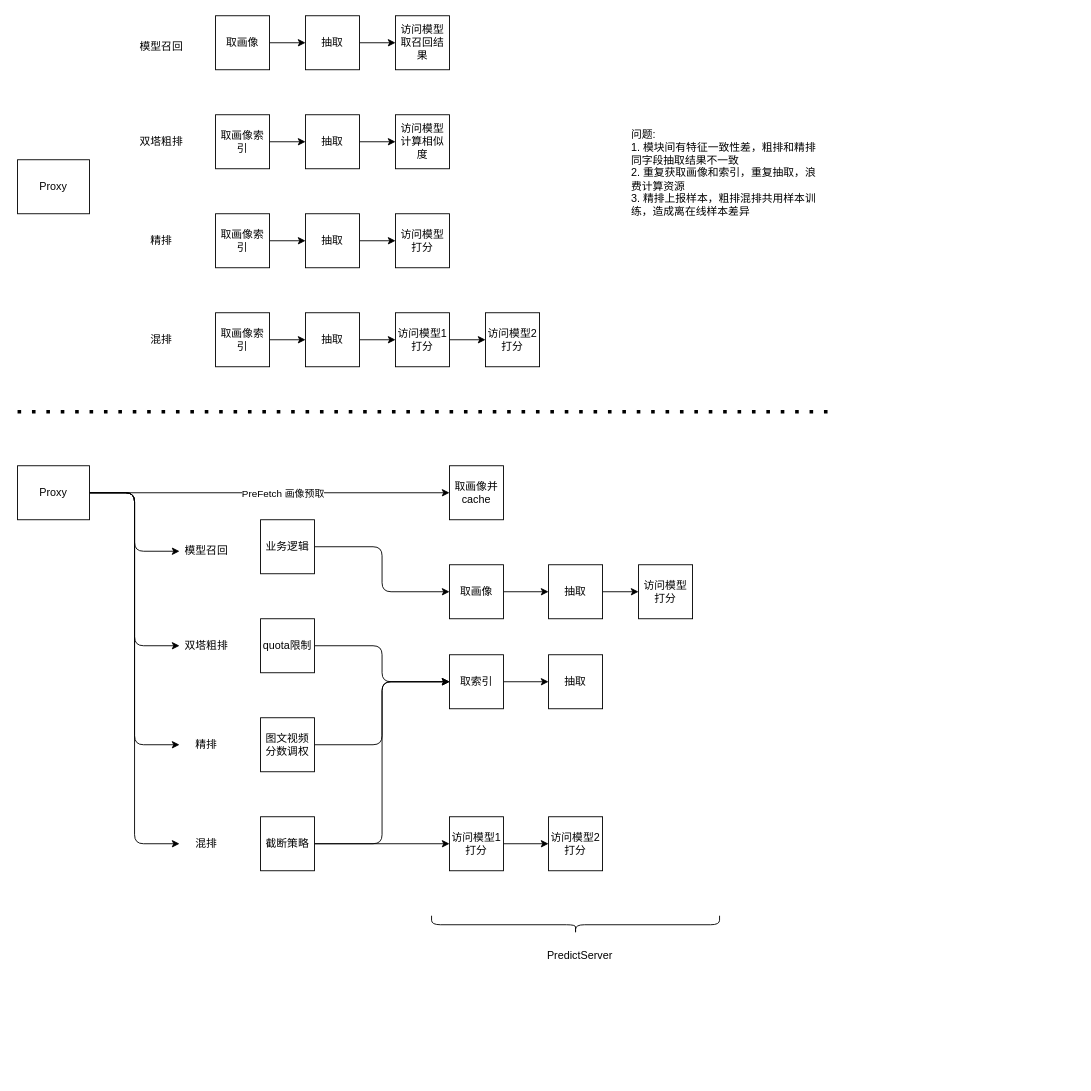
Earlier version of the draw.io diagram RecommandSystem/passed_work_share/predict_server.drawio (YoungAndSure/TechArt). Source tidied: cells renumbered, new cells numbered last; positions are measured from the earlier drawing's top-left corner, leaving out a move shared by most shapes. Both pictures are drawn from the tidied source at 90%, with x=0, y=0 at pixel (17, 15).
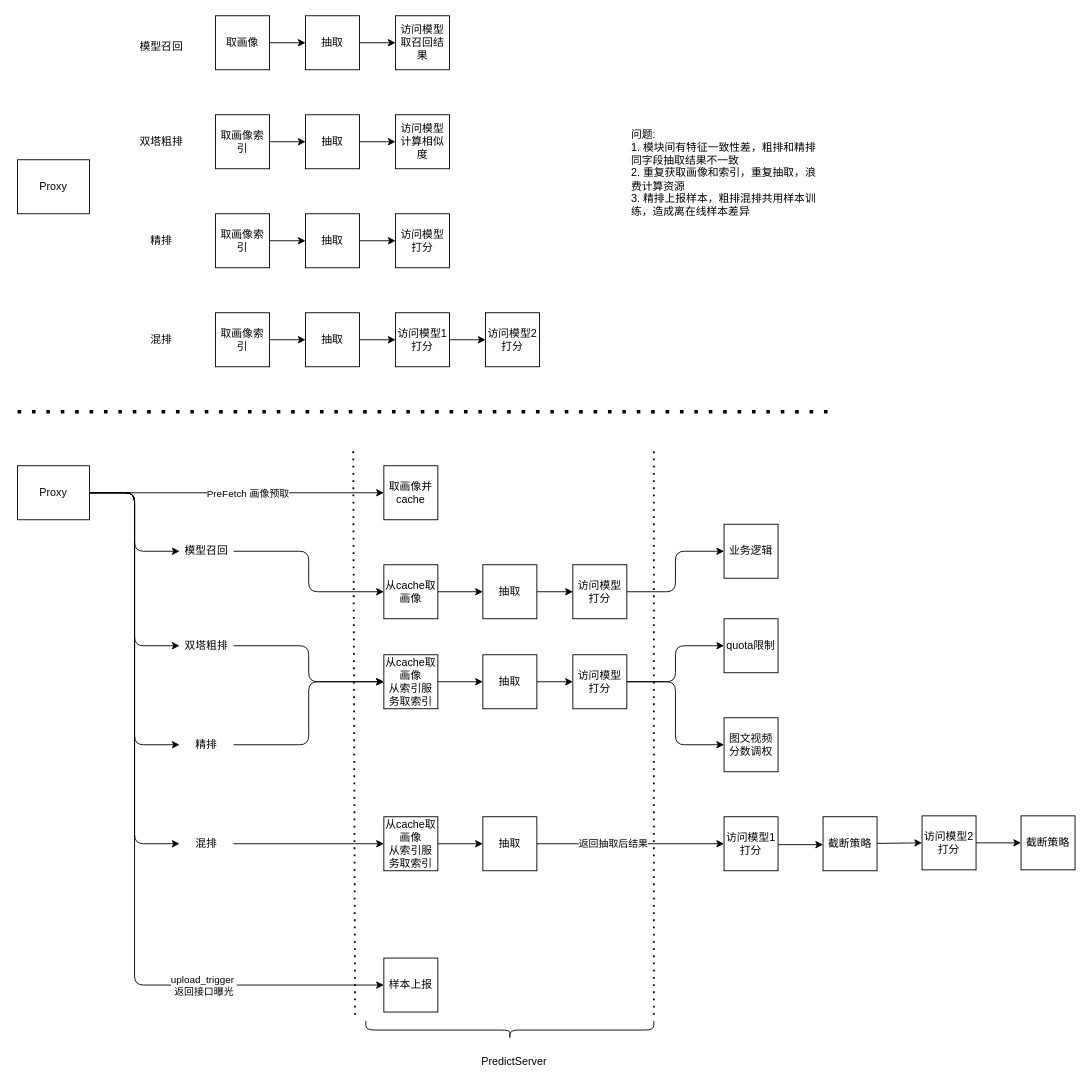
After the change.

Unchanged cells that the change refers to:
```xml
<mxCell id="37" value="Proxy" style="rounded=0;whiteSpace=wrap;html=1;" parent="1" vertex="1">
  <mxGeometry y="500" width="80" height="60" as="geometry" />
</mxCell>
<mxCell id="47" value="模型召回" style="text;html=1;align=center;verticalAlign=middle;whiteSpace=wrap;rounded=0;" parent="1" vertex="1">
  <mxGeometry x="180" y="580" width="60" height="30" as="geometry" />
</mxCell>
<mxCell id="48" value="双塔粗排" style="text;html=1;align=center;verticalAlign=middle;whiteSpace=wrap;rounded=0;" parent="1" vertex="1">
  <mxGeometry x="180" y="685" width="60" height="30" as="geometry" />
</mxCell>
<mxCell id="49" value="精排" style="text;html=1;align=center;verticalAlign=middle;whiteSpace=wrap;rounded=0;" parent="1" vertex="1">
  <mxGeometry x="180" y="795" width="60" height="30" as="geometry" />
</mxCell>
<mxCell id="50" value="混排" style="text;html=1;align=center;verticalAlign=middle;whiteSpace=wrap;rounded=0;" parent="1" vertex="1">
  <mxGeometry x="180" y="905" width="60" height="30" as="geometry" />
</mxCell>
```

What changed in the source:
```diff
@@
-    <mxCell id="38" style="edgeStyle=orthogonalEdgeStyle;html=1;entryX=0;entryY=0.5;entryDx=0;entryDy=0;" parent="1" edge="1" source="39" target="56">
+    <mxCell id="38" style="edgeStyle=orthogonalEdgeStyle;html=1;entryX=0;entryY=0.5;entryDx=0;entryDy=0;exitX=1;exitY=0.5;exitDx=0;exitDy=0;" parent="1" edge="1" source="47" target="56">
       <mxGeometry relative="1" as="geometry" />
     </mxCell>
     <mxCell id="39" value="业务逻辑" style="rounded=0;whiteSpace=wrap;html=1;" parent="1" vertex="1">
-      <mxGeometry x="270" y="560" width="60" height="60" as="geometry" />
+      <mxGeometry x="785" y="565" width="60" height="60" as="geometry" />
     </mxCell>
-    <mxCell id="40" style="edgeStyle=orthogonalEdgeStyle;html=1;entryX=0;entryY=0.5;entryDx=0;entryDy=0;exitX=1;exitY=0.5;exitDx=0;exitDy=0;" parent="1" edge="1" source="41" target="61">
+    <mxCell id="40" style="edgeStyle=orthogonalEdgeStyle;html=1;entryX=0;entryY=0.5;entryDx=0;entryDy=0;exitX=1;exitY=0.5;exitDx=0;exitDy=0;" parent="1" edge="1" source="48" target="61">
       <mxGeometry relative="1" as="geometry" />
     </mxCell>
     <mxCell id="41" value="quota限制" style="rounded=0;whiteSpace=wrap;html=1;" parent="1" vertex="1">
-      <mxGeometry x="270" y="670" width="60" height="60" as="geometry" />
+      <mxGeometry x="785" y="670" width="60" height="60" as="geometry" />
     </mxCell>
-    <mxCell id="42" style="edgeStyle=orthogonalEdgeStyle;html=1;entryX=0;entryY=0.5;entryDx=0;entryDy=0;exitX=1;exitY=0.5;exitDx=0;exitDy=0;" parent="1" edge="1" source="43" target="61">
+    <mxCell id="42" style="edgeStyle=orthogonalEdgeStyle;html=1;entryX=0;entryY=0.5;entryDx=0;entryDy=0;exitX=1;exitY=0.5;exitDx=0;exitDy=0;" parent="1" edge="1" source="49" target="61">
       <mxGeometry relative="1" as="geometry" />
     </mxCell>
     <mxCell id="43" value="图文视频分数调权" style="rounded=0;whiteSpace=wrap;html=1;" parent="1" vertex="1">
-      <mxGeometry x="270" y="780" width="60" height="60" as="geometry" />
+      <mxGeometry x="785" y="780" width="60" height="60" as="geometry" />
     </mxCell>
-    <mxCell id="44" style="edgeStyle=orthogonalEdgeStyle;html=1;entryX=0;entryY=0.5;entryDx=0;entryDy=0;" parent="1" edge="1" source="46" target="61">
+    <mxCell id="44" style="edgeStyle=orthogonalEdgeStyle;html=1;entryX=0;entryY=0.5;entryDx=0;entryDy=0;exitX=1;exitY=0.5;exitDx=0;exitDy=0;" parent="1" edge="1" source="50" target="80">
       <mxGeometry relative="1" as="geometry" />
     </mxCell>
-    <mxCell id="45" style="edgeStyle=none;html=1;" parent="1" edge="1" source="46" target="59">
-      <mxGeometry relative="1" as="geometry" />
-    </mxCell>
+    <mxCell id="65" style="edgeStyle=none;html=1;entryX=0;entryY=0.5;entryDx=0;entryDy=0;" parent="1" edge="1" source="46" target="62">
+      <mxGeometry relative="1" as="geometry" />
+    </mxCell>
     <mxCell id="46" value="截断策略" style="rounded=0;whiteSpace=wrap;html=1;" parent="1" vertex="1">
-      <mxGeometry x="270" y="890" width="60" height="60" as="geometry" />
+      <mxGeometry x="895" y="890" width="60" height="60" as="geometry" />
     </mxCell>
@@
     <mxCell id="51" value="取画像并cache" style="rounded=0;whiteSpace=wrap;html=1;" parent="1" vertex="1">
-      <mxGeometry x="480" y="500" width="60" height="60" as="geometry" />
+      <mxGeometry x="407" y="500" width="60" height="60" as="geometry" />
     </mxCell>
@@
     <mxCell id="53" value="抽取" style="rounded=0;whiteSpace=wrap;html=1;" parent="1" vertex="1">
-      <mxGeometry x="590" y="610" width="60" height="60" as="geometry" />
+      <mxGeometry x="517" y="610" width="60" height="60" as="geometry" />
     </mxCell>
+    <mxCell id="66" style="edgeStyle=orthogonalEdgeStyle;html=1;entryX=0;entryY=0.5;entryDx=0;entryDy=0;" parent="1" edge="1" source="54" target="39">
+      <mxGeometry relative="1" as="geometry" />
+    </mxCell>
     <mxCell id="54" value="访问模型打分" style="rounded=0;whiteSpace=wrap;html=1;" parent="1" vertex="1">
-      <mxGeometry x="690" y="610" width="60" height="60" as="geometry" />
+      <mxGeometry x="617" y="610" width="60" height="60" as="geometry" />
     </mxCell>
@@
-    <mxCell id="56" value="取画像" style="rounded=0;whiteSpace=wrap;html=1;" parent="1" vertex="1">
-      <mxGeometry x="480" y="610" width="60" height="60" as="geometry" />
+    <mxCell id="56" value="从cache取画像" style="rounded=0;whiteSpace=wrap;html=1;" parent="1" vertex="1">
+      <mxGeometry x="407" y="610" width="60" height="60" as="geometry" />
     </mxCell>
+    <mxCell id="67" style="edgeStyle=none;html=1;entryX=0;entryY=0.5;entryDx=0;entryDy=0;" parent="1" edge="1" source="57" target="70">
+      <mxGeometry relative="1" as="geometry" />
+    </mxCell>
     <mxCell id="57" value="抽取" style="rounded=0;whiteSpace=wrap;html=1;" parent="1" vertex="1">
-      <mxGeometry x="590" y="710" width="60" height="60" as="geometry" />
+      <mxGeometry x="517" y="710" width="60" height="60" as="geometry" />
     </mxCell>
-    <mxCell id="58" style="edgeStyle=none;html=1;" parent="1" edge="1" source="59" target="62">
-      <mxGeometry relative="1" as="geometry" />
+    <mxCell id="58" style="edgeStyle=none;html=1;" parent="1" edge="1">
+      <mxGeometry relative="1" as="geometry">
+        <mxPoint x="845" y="921" as="sourcePoint" />
+        <mxPoint x="895" y="921" as="targetPoint" />
+      </mxGeometry>
     </mxCell>
     <mxCell id="59" value="访问模型1打分" style="rounded=0;whiteSpace=wrap;html=1;" parent="1" vertex="1">
-      <mxGeometry x="480" y="890" width="60" height="60" as="geometry" />
+      <mxGeometry x="785" y="890" width="60" height="60" as="geometry" />
     </mxCell>
@@
-    <mxCell id="61" value="取索引" style="rounded=0;whiteSpace=wrap;html=1;" parent="1" vertex="1">
-      <mxGeometry x="480" y="710" width="60" height="60" as="geometry" />
+    <mxCell id="61" value="从cache取画像&lt;div&gt;从索引服务取索引&lt;/div&gt;" style="rounded=0;whiteSpace=wrap;html=1;" parent="1" vertex="1">
+      <mxGeometry x="407" y="710" width="60" height="60" as="geometry" />
     </mxCell>
-    <mxCell id="62" value="访问模型2打分" style="rounded=0;whiteSpace=wrap;html=1;" parent="1" vertex="1">
-      <mxGeometry x="590" y="890" width="60" height="60" as="geometry" />
-    </mxCell>
     <mxCell id="63" style="shape=curlyBracket;whiteSpace=wrap;html=1;rounded=1;flipH=1;labelPosition=right;verticalLabelPosition=middle;align=left;verticalAlign=middle;rotation=90;" parent="1" vertex="1">
-      <mxGeometry x="610" y="850" width="20" height="320" as="geometry" />
+      <mxGeometry x="537" y="967" width="20" height="320" as="geometry" />
     </mxCell>
     <mxCell id="64" value="PredictServer" style="text;html=1;align=center;verticalAlign=middle;whiteSpace=wrap;rounded=0;" parent="1" vertex="1">
-      <mxGeometry x="570" y="1030" width="110" height="30" as="geometry" />
+      <mxGeometry x="497" y="1147" width="110" height="30" as="geometry" />
     </mxCell>
+    <mxCell id="68" style="edgeStyle=orthogonalEdgeStyle;html=1;entryX=0;entryY=0.5;entryDx=0;entryDy=0;" parent="1" edge="1" source="70" target="43">
+      <mxGeometry relative="1" as="geometry" />
+    </mxCell>
+    <mxCell id="69" style="edgeStyle=orthogonalEdgeStyle;html=1;" parent="1" edge="1" source="70" target="41">
+      <mxGeometry relative="1" as="geometry" />
+    </mxCell>
+    <mxCell id="70" value="访问模型打分" style="rounded=0;whiteSpace=wrap;html=1;" parent="1" vertex="1">
+      <mxGeometry x="617" y="710" width="60" height="60" as="geometry" />
+    </mxCell>
+    <mxCell id="71" value="样本上报" style="rounded=0;whiteSpace=wrap;html=1;" parent="1" vertex="1">
+      <mxGeometry x="407" y="1047" width="60" height="60" as="geometry" />
+    </mxCell>
+    <mxCell id="72" style="edgeStyle=orthogonalEdgeStyle;html=1;entryX=0;entryY=0.5;entryDx=0;entryDy=0;" parent="1" edge="1" source="37" target="71">
+      <mxGeometry relative="1" as="geometry">
+        <Array as="points">
+          <mxPoint x="130" y="530" />
+          <mxPoint x="130" y="1077" />
+        </Array>
+      </mxGeometry>
+    </mxCell>
+    <mxCell id="73" value="upload_trigger&amp;nbsp;&lt;div&gt;返回接口曝光&lt;/div&gt;" style="edgeLabel;html=1;align=center;verticalAlign=middle;" parent="72" vertex="1">
+      <mxGeometry x="0.54" relative="1" as="geometry" />
+    </mxCell>
+    <mxCell id="74" style="endArrow=none;dashed=1;html=1;dashPattern=1 3;strokeWidth=2;" parent="1" edge="1">
+      <mxGeometry relative="1" as="geometry">
+        <mxPoint x="707" y="1110" as="sourcePoint" />
+        <mxPoint x="707" y="480" as="targetPoint" />
+      </mxGeometry>
+    </mxCell>
+    <mxCell id="75" style="endArrow=none;dashed=1;html=1;dashPattern=1 3;strokeWidth=2;" parent="1" edge="1">
+      <mxGeometry relative="1" as="geometry">
+        <mxPoint x="375" y="1110" as="sourcePoint" />
+        <mxPoint x="373" y="480" as="targetPoint" />
+      </mxGeometry>
+    </mxCell>
+    <mxCell id="76" style="edgeStyle=orthogonalEdgeStyle;html=1;entryX=0;entryY=0.5;entryDx=0;entryDy=0;" parent="1" edge="1" source="78" target="59">
+      <mxGeometry relative="1" as="geometry" />
+    </mxCell>
+    <mxCell id="77" value="返回抽取后结果" style="edgeLabel;html=1;align=center;verticalAlign=middle;" parent="76" vertex="1">
+      <mxGeometry x="-0.19" y="1" relative="1" as="geometry" />
+    </mxCell>
+    <mxCell id="78" value="抽取" style="rounded=0;whiteSpace=wrap;html=1;" parent="1" vertex="1">
+      <mxGeometry x="517" y="890" width="60" height="60" as="geometry" />
+    </mxCell>
+    <mxCell id="79" style="edgeStyle=none;html=1;entryX=0;entryY=0.5;entryDx=0;entryDy=0;" parent="1" edge="1" source="80" target="78">
+      <mxGeometry relative="1" as="geometry" />
+    </mxCell>
+    <mxCell id="80" value="从cache取画像&lt;div&gt;从索引服务取索引&lt;/div&gt;" style="rounded=0;whiteSpace=wrap;html=1;" parent="1" vertex="1">
+      <mxGeometry x="407" y="890" width="60" height="60" as="geometry" />
+    </mxCell>
+    <mxCell id="81" style="edgeStyle=none;html=1;entryX=0;entryY=0.5;entryDx=0;entryDy=0;" parent="1" edge="1" source="62" target="82">
+      <mxGeometry relative="1" as="geometry" />
+    </mxCell>
+    <mxCell id="62" value="访问模型2打分" style="rounded=0;whiteSpace=wrap;html=1;" parent="1" vertex="1">
+      <mxGeometry x="1005" y="889" width="60" height="60" as="geometry" />
+    </mxCell>
+    <mxCell id="82" value="截断策略" style="rounded=0;whiteSpace=wrap;html=1;" parent="1" vertex="1">
+      <mxGeometry x="1115" y="889" width="60" height="60" as="geometry" />
+    </mxCell>
```
